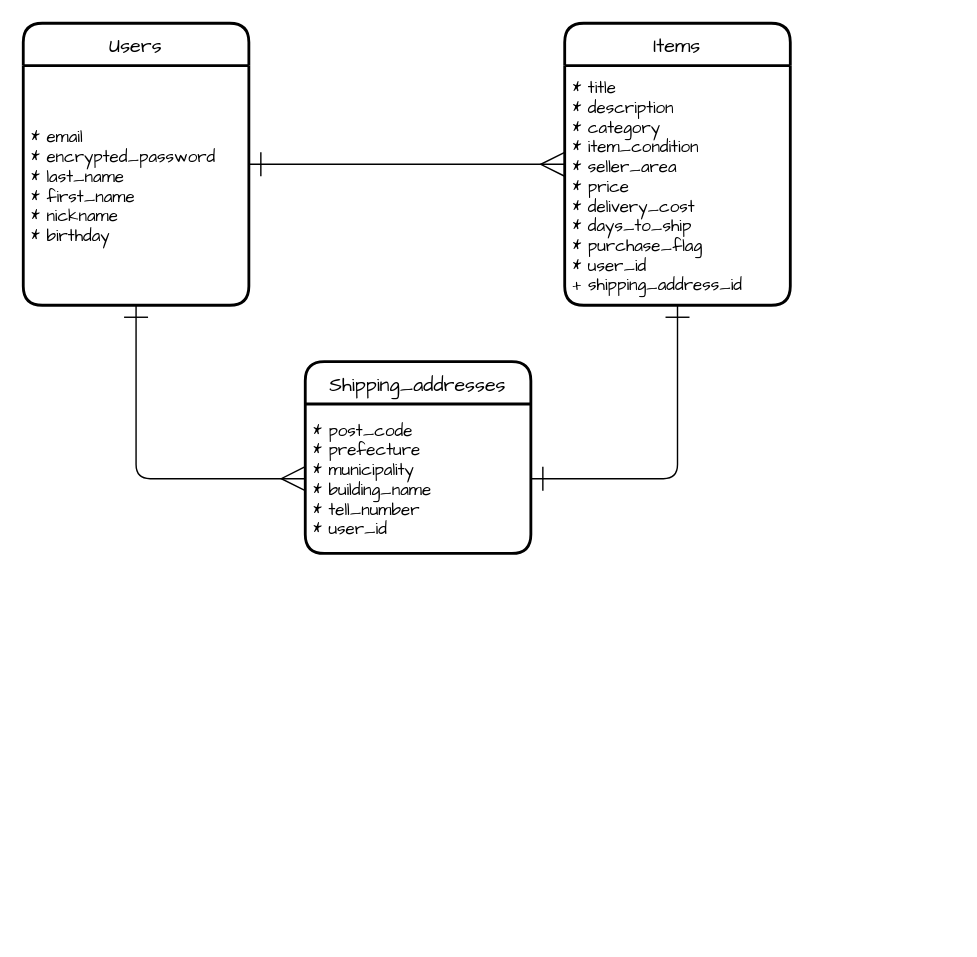
Above: er.dio in h-ucchi/furima-37078 (draw.io), before the change. Source tidied: cells renumbered, new cells numbered last; positions are measured from the earlier drawing's top-left corner, leaving out a move shared by most shapes. Both pictures are drawn from the tidied source at 141%, with x=0, y=0 at pixel (23, 23).
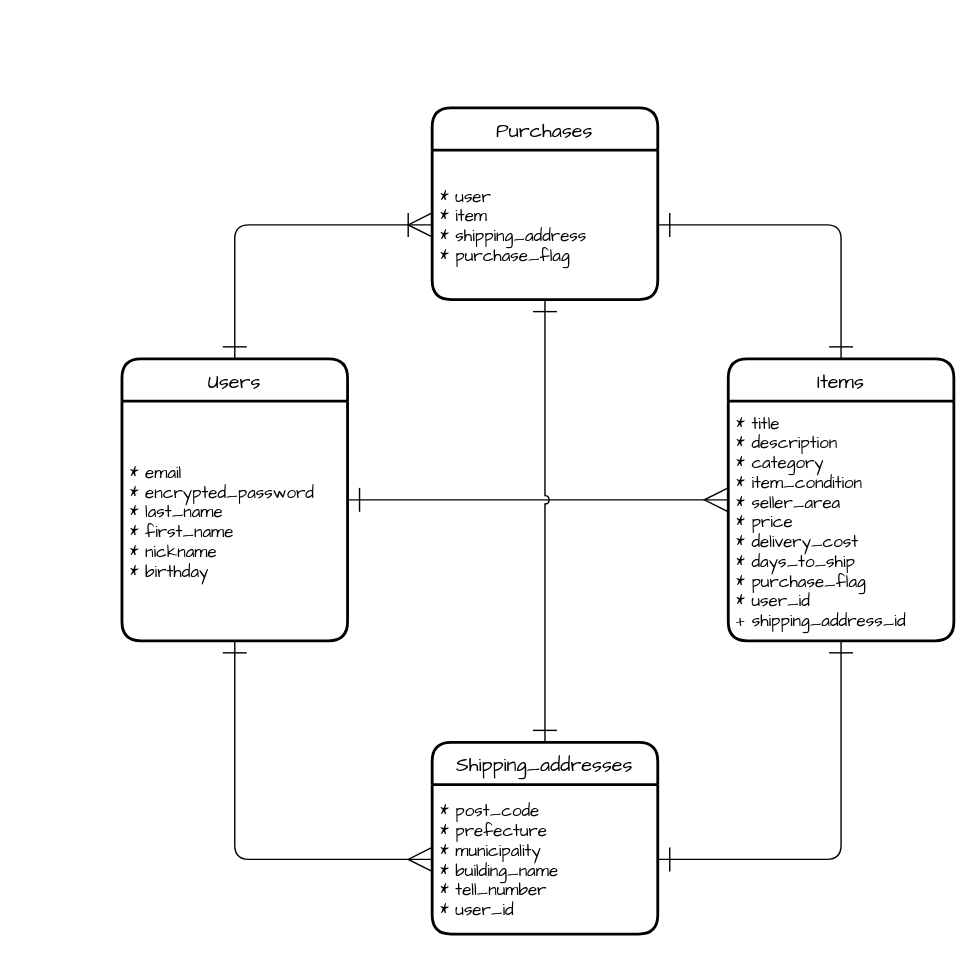
The same page after the edit.

Commit message (it also covers changes not shown here):
purchaseテーブルの作成

The change refers to these unchanged cells:
```xml
<mxCell id="4" value="* email&#10;* encrypted_password&#10;* last_name&#10;* first_name&#10;* nickname&#10;* birthday" style="align=left;strokeColor=none;fillColor=none;spacingLeft=4;fontSize=12;verticalAlign=middle;fontFamily=Comic Sans MS;rounded=0;glass=0;horizontal=1;" parent="3" vertex="1">
  <mxGeometry y="30" width="160" height="170" as="geometry" />
</mxCell>
<mxCell id="6" value="* title&#10;* description&#10;* category&#10;* item_condition&#10;* seller_area&#10;* price&#10;* delivery_cost&#10;* days_to_ship&#10;* purchase_flag&#10;* user_id&#10;+ shipping_address_id" style="align=left;strokeColor=none;fillColor=none;spacingLeft=4;fontSize=12;verticalAlign=middle;fontFamily=Comic Sans MS;rounded=0;glass=0;horizontal=1;" parent="5" vertex="1">
  <mxGeometry y="30" width="160" height="170" as="geometry" />
</mxCell>
<mxCell id="8" value="* post_code&#10;* prefecture&#10;* municipality&#10;* building_name&#10;* tell_number&#10;* user_id" style="align=left;strokeColor=none;fillColor=none;spacingLeft=4;fontSize=12;verticalAlign=middle;fontFamily=Comic Sans MS;rounded=0;glass=0;horizontal=1;" parent="7" vertex="1">
  <mxGeometry y="30" width="160" height="106" as="geometry" />
</mxCell>
```

Change to the diagram source:
```diff
@@
+    <mxCell id="11" style="edgeStyle=none;html=1;exitX=0.5;exitY=0;exitDx=0;exitDy=0;entryX=0;entryY=0.5;entryDx=0;entryDy=0;fontFamily=Comic Sans MS;startArrow=ERone;startFill=0;endArrow=ERoneToMany;endFill=0;startSize=15;endSize=15;strokeWidth=1;" parent="1" edge="1" source="3" target="14">
+      <mxGeometry relative="1" as="geometry">
+        <Array as="points">
+          <mxPoint x="150" y="143" />
+        </Array>
+      </mxGeometry>
+    </mxCell>
     <mxCell id="3" value="Users" style="swimlane;horizontal=1;startSize=30;rounded=1;fontSize=14;fontStyle=0;strokeWidth=2;shadow=0;dashed=0;align=center;fontFamily=Comic Sans MS;" parent="1" vertex="1">
-      <mxGeometry width="160" height="200" as="geometry" />
+      <mxGeometry x="70" y="238" width="160" height="200" as="geometry" />
     </mxCell>
@@
+    <mxCell id="12" style="edgeStyle=none;html=1;exitX=0.5;exitY=0;exitDx=0;exitDy=0;entryX=1;entryY=0.5;entryDx=0;entryDy=0;fontFamily=Comic Sans MS;startArrow=ERone;startFill=0;endArrow=ERone;endFill=0;startSize=15;endSize=15;strokeWidth=1;" parent="1" edge="1" source="5" target="14">
+      <mxGeometry relative="1" as="geometry">
+        <Array as="points">
+          <mxPoint x="580" y="143" />
+        </Array>
+      </mxGeometry>
+    </mxCell>
     <mxCell id="5" value="Items" style="swimlane;horizontal=1;startSize=30;rounded=1;fontSize=14;fontStyle=0;strokeWidth=2;shadow=0;dashed=0;align=center;fontFamily=Comic Sans MS;" parent="1" vertex="1">
-      <mxGeometry x="384" width="160" height="200" as="geometry" />
+      <mxGeometry x="500" y="238" width="160" height="200" as="geometry" />
     </mxCell>
@@
     <mxCell id="7" value="Shipping_addresses" style="swimlane;horizontal=1;startSize=30;rounded=1;fontSize=14;fontStyle=0;strokeWidth=2;shadow=0;dashed=0;align=center;fontFamily=Comic Sans MS;" parent="1" vertex="1">
-      <mxGeometry x="200" y="240" width="160" height="136" as="geometry" />
+      <mxGeometry x="290" y="510" width="160" height="136" as="geometry" />
     </mxCell>
@@
     <mxCell id="9" style="edgeStyle=none;html=1;exitX=0.5;exitY=1;exitDx=0;exitDy=0;entryX=0;entryY=0.5;entryDx=0;entryDy=0;fontFamily=Comic Sans MS;startArrow=ERone;startFill=0;endArrow=ERmany;endFill=0;startSize=15;endSize=15;strokeWidth=1;" parent="1" edge="1" source="4" target="8">
       <mxGeometry relative="1" as="geometry">
         <Array as="points">
-          <mxPoint x="80" y="323" />
+          <mxPoint x="150" y="593" />
         </Array>
       </mxGeometry>
     </mxCell>
     <mxCell id="10" style="edgeStyle=none;html=1;exitX=1;exitY=0.5;exitDx=0;exitDy=0;entryX=0.5;entryY=1;entryDx=0;entryDy=0;fontFamily=Comic Sans MS;startArrow=ERone;startFill=0;endArrow=ERone;endFill=0;startSize=15;endSize=15;strokeWidth=1;" parent="1" edge="1" source="8" target="6">
       <mxGeometry relative="1" as="geometry">
         <Array as="points">
-          <mxPoint x="464" y="323" />
+          <mxPoint x="580" y="593" />
         </Array>
       </mxGeometry>
     </mxCell>
+    <mxCell id="13" value="Purchases" style="swimlane;horizontal=1;startSize=30;rounded=1;fontSize=14;fontStyle=0;strokeWidth=2;shadow=0;dashed=0;align=center;fontFamily=Comic Sans MS;" parent="1" vertex="1">
+      <mxGeometry x="290" y="60" width="160" height="136" as="geometry" />
+    </mxCell>
+    <mxCell id="14" value="* user&#10;* item&#10;* shipping_address&#10;* purchase_flag" style="align=left;strokeColor=none;fillColor=none;spacingLeft=4;fontSize=12;verticalAlign=middle;fontFamily=Comic Sans MS;rounded=0;glass=0;horizontal=1;" parent="13" vertex="1">
+      <mxGeometry y="30" width="160" height="106" as="geometry" />
+    </mxCell>
+    <mxCell id="15" style="edgeStyle=none;html=1;exitX=0.5;exitY=1;exitDx=0;exitDy=0;entryX=0.5;entryY=0;entryDx=0;entryDy=0;fontFamily=Comic Sans MS;startArrow=ERone;startFill=0;endArrow=ERone;endFill=0;startSize=15;endSize=15;strokeWidth=1;jumpStyle=arc;" parent="1" edge="1" source="14" target="7">
+      <mxGeometry relative="1" as="geometry" />
+    </mxCell>
```
